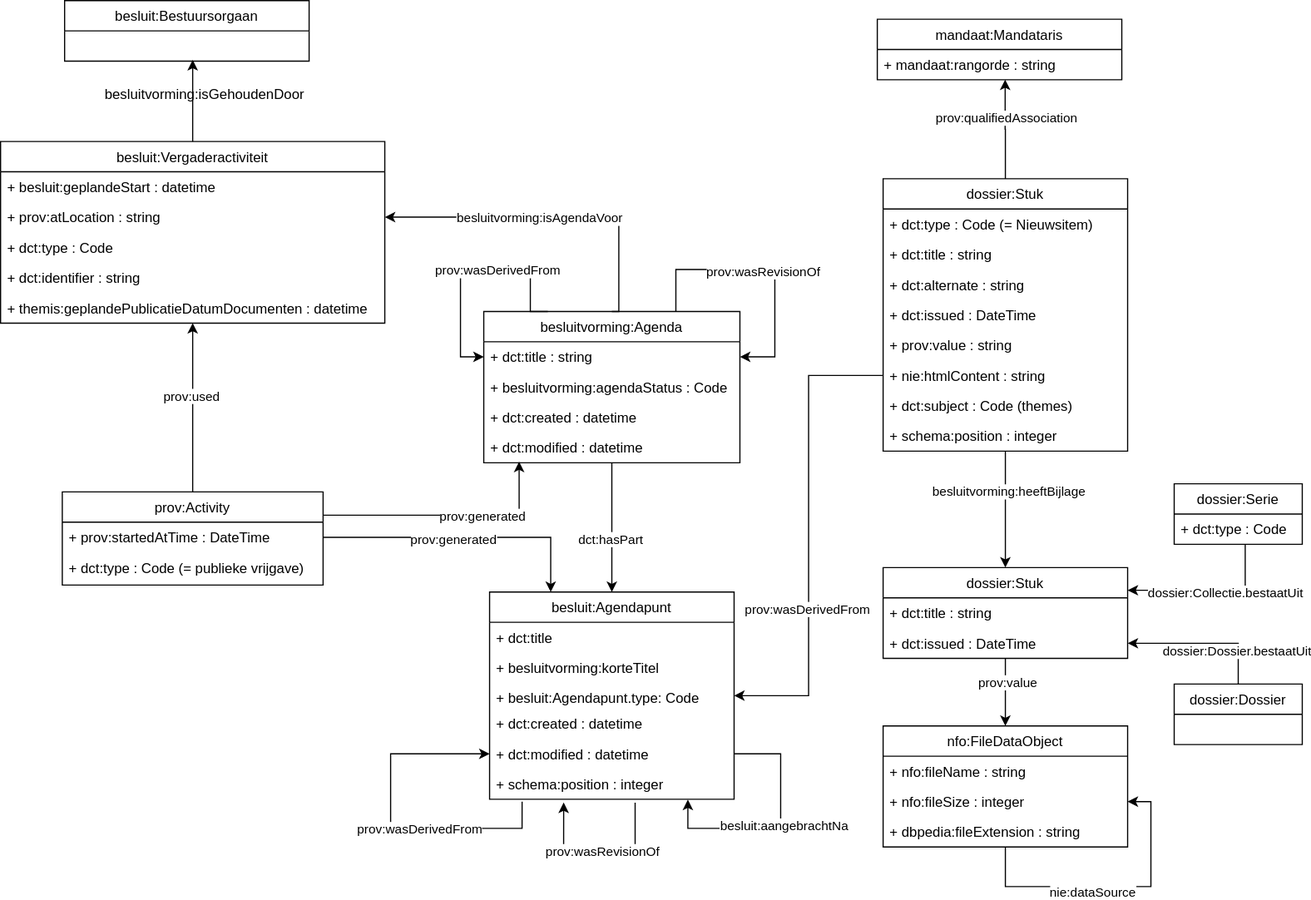
This is public/assets/images/decisions-vr-model.svg from kanselarij-vlaanderen/frontend-themis, a draw.io export, as it was before one commit. Source tidied: cells renumbered, new cells last; positions are measured from the earlier drawing's top-left corner, leaving out a move shared by most shapes.
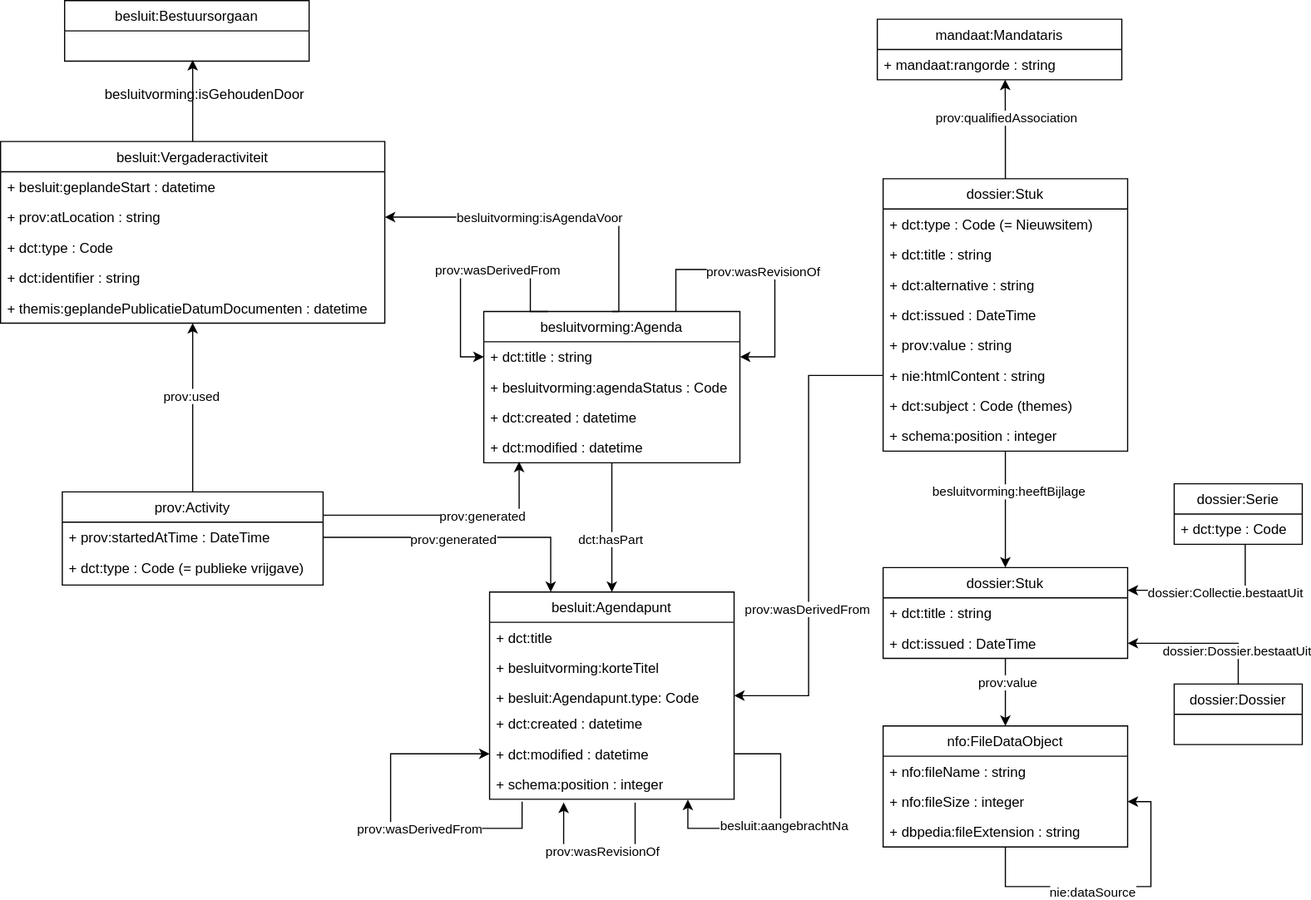
The same diagram one commit later.

Commit message:
Fix predicate for alternative title in data model diagram

Change to the diagram source:
```diff
@@ -241,7 +241,7 @@
     <mxCell id="65" value="+ dct:title : string" style="text;strokeColor=none;fillColor=none;align=left;verticalAlign=top;spacingLeft=4;spacingRight=4;overflow=hidden;" parent="63" vertex="1">
       <mxGeometry y="52" width="210" height="26" as="geometry" />
     </mxCell>
-    <mxCell id="66" value="+ dct:alternate : string" style="text;strokeColor=none;fillColor=none;align=left;verticalAlign=top;spacingLeft=4;spacingRight=4;overflow=hidden;" parent="63" vertex="1">
+    <mxCell id="66" value="+ dct:alternative : string" style="text;strokeColor=none;fillColor=none;align=left;verticalAlign=top;spacingLeft=4;spacingRight=4;overflow=hidden;" parent="63" vertex="1">
       <mxGeometry y="78" width="210" height="26" as="geometry" />
     </mxCell>
     <mxCell id="67" value="+ dct:issued : DateTime" style="text;strokeColor=none;fillColor=none;align=left;verticalAlign=top;spacingLeft=4;spacingRight=4;overflow=hidden;" parent="63" vertex="1">
```
